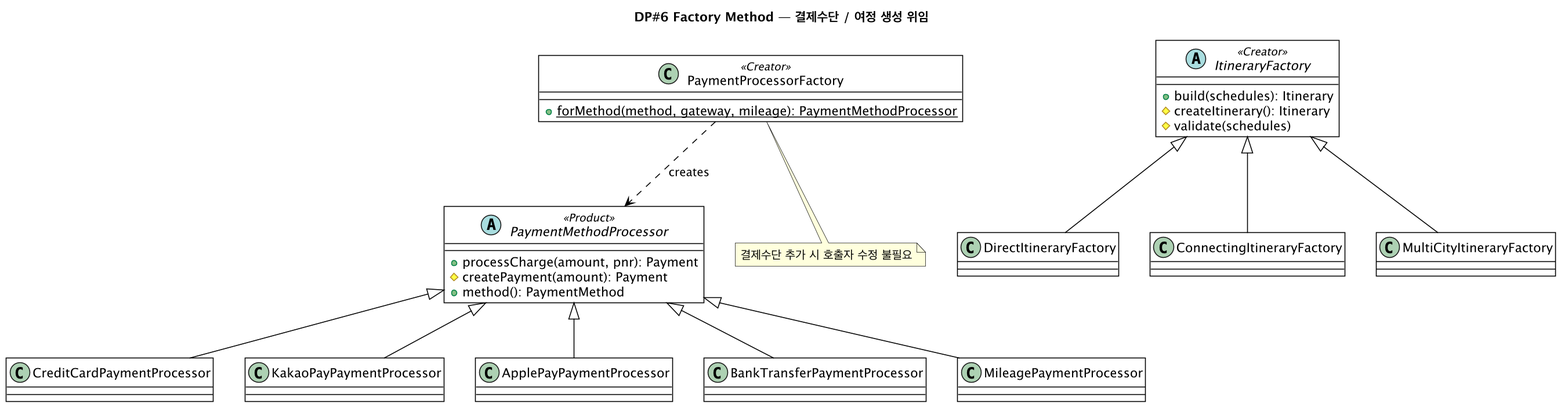
Earlier version of the PlantUML export docs/diagrams/iter4-puml/dp6-factory-method.png (gimjungwook/KoreanAirReservationDomain). Its diagram source:
```plantuml
@startuml dp6-factory-method
!include _style.puml
title DP#6 Factory Method — 결제수단 / 여정 생성 위임

abstract class PaymentMethodProcessor <<Product>> {
  +processCharge(amount, pnr): Payment
  #createPayment(amount): Payment
  +method(): PaymentMethod
}
class PaymentProcessorFactory <<Creator>> {
  +{static} forMethod(method, gateway, mileage): PaymentMethodProcessor
}
class CreditCardPaymentProcessor
class KakaoPayPaymentProcessor
class ApplePayPaymentProcessor
class BankTransferPaymentProcessor
class MileagePaymentProcessor

PaymentMethodProcessor <|-- CreditCardPaymentProcessor
PaymentMethodProcessor <|-- KakaoPayPaymentProcessor
PaymentMethodProcessor <|-- ApplePayPaymentProcessor
PaymentMethodProcessor <|-- BankTransferPaymentProcessor
PaymentMethodProcessor <|-- MileagePaymentProcessor
PaymentProcessorFactory ..> PaymentMethodProcessor : creates

abstract class ItineraryFactory <<Creator>> {
  +build(schedules): Itinerary
  #createItinerary(): Itinerary
  #validate(schedules)
}
class DirectItineraryFactory
class ConnectingItineraryFactory
class MultiCityItineraryFactory
ItineraryFactory <|-- DirectItineraryFactory
ItineraryFactory <|-- ConnectingItineraryFactory
ItineraryFactory <|-- MultiCityItineraryFactory
note bottom of PaymentProcessorFactory : 결제수단 추가 시 호출자 수정 불필요
@enduml
```
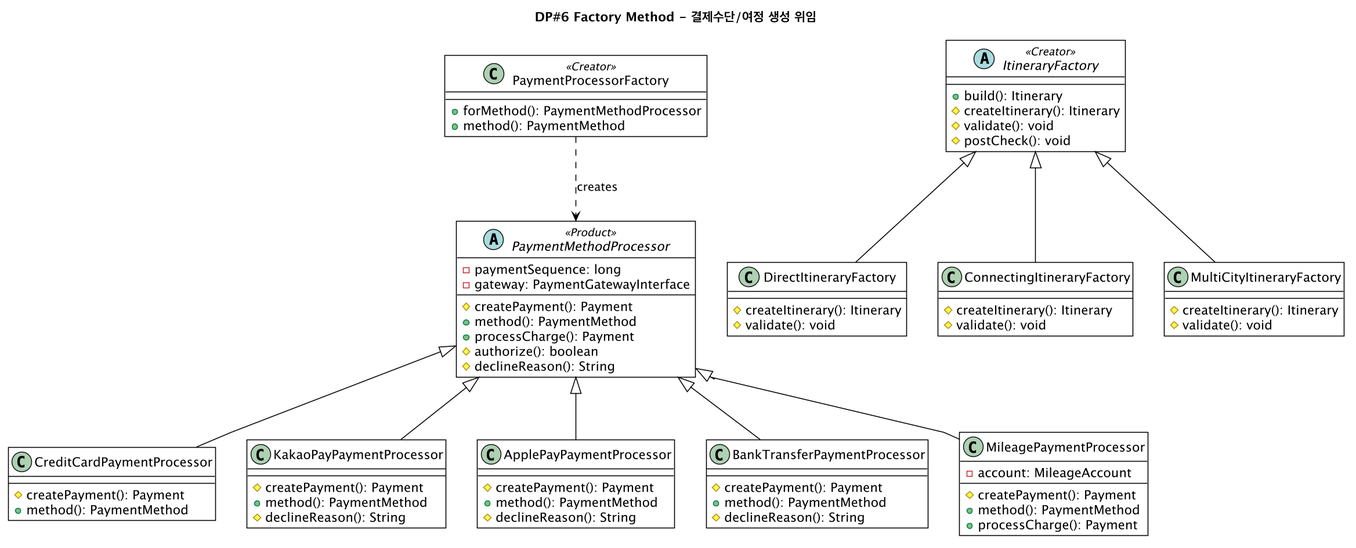
Above is the later version.

Diff of the diagram source:
```diff
@@ -1,38 +1,71 @@
 @startuml dp6-factory-method
 !include _style.puml
-title DP#6 Factory Method — 결제수단 / 여정 생성 위임
-
+title DP#6 Factory Method - 결제수단/여정 생성 위임
 abstract class PaymentMethodProcessor <<Product>> {
-  +processCharge(amount, pnr): Payment
-  #createPayment(amount): Payment
+  -paymentSequence: long
+  -gateway: PaymentGatewayInterface
+  --
+  #createPayment(): Payment
+  +method(): PaymentMethod
+  +processCharge(): Payment
+  #authorize(): boolean
+  #declineReason(): String
+}
+class PaymentProcessorFactory <<Creator>> {
+  +forMethod(): PaymentMethodProcessor
   +method(): PaymentMethod
 }
-class PaymentProcessorFactory <<Creator>> {
-  +{static} forMethod(method, gateway, mileage): PaymentMethodProcessor
+class CreditCardPaymentProcessor {
+  #createPayment(): Payment
+  +method(): PaymentMethod
 }
-class CreditCardPaymentProcessor
-class KakaoPayPaymentProcessor
-class ApplePayPaymentProcessor
-class BankTransferPaymentProcessor
-class MileagePaymentProcessor
-
+class KakaoPayPaymentProcessor {
+  #createPayment(): Payment
+  +method(): PaymentMethod
+  #declineReason(): String
+}
+class ApplePayPaymentProcessor {
+  #createPayment(): Payment
+  +method(): PaymentMethod
+  #declineReason(): String
+}
+class BankTransferPaymentProcessor {
+  #createPayment(): Payment
+  +method(): PaymentMethod
+  #declineReason(): String
+}
+class MileagePaymentProcessor {
+  -account: MileageAccount
+  --
+  #createPayment(): Payment
+  +method(): PaymentMethod
+  +processCharge(): Payment
+}
+abstract class ItineraryFactory <<Creator>> {
+  +build(): Itinerary
+  #createItinerary(): Itinerary
+  #validate(): void
+  #postCheck(): void
+}
+class DirectItineraryFactory {
+  #createItinerary(): Itinerary
+  #validate(): void
+}
+class ConnectingItineraryFactory {
+  #createItinerary(): Itinerary
+  #validate(): void
+}
+class MultiCityItineraryFactory {
+  #createItinerary(): Itinerary
+  #validate(): void
+}
 PaymentMethodProcessor <|-- CreditCardPaymentProcessor
 PaymentMethodProcessor <|-- KakaoPayPaymentProcessor
 PaymentMethodProcessor <|-- ApplePayPaymentProcessor
 PaymentMethodProcessor <|-- BankTransferPaymentProcessor
 PaymentMethodProcessor <|-- MileagePaymentProcessor
 PaymentProcessorFactory ..> PaymentMethodProcessor : creates
-
-abstract class ItineraryFactory <<Creator>> {
-  +build(schedules): Itinerary
-  #createItinerary(): Itinerary
-  #validate(schedules)
-}
-class DirectItineraryFactory
-class ConnectingItineraryFactory
-class MultiCityItineraryFactory
 ItineraryFactory <|-- DirectItineraryFactory
 ItineraryFactory <|-- ConnectingItineraryFactory
 ItineraryFactory <|-- MultiCityItineraryFactory
-note bottom of PaymentProcessorFactory : 결제수단 추가 시 호출자 수정 불필요
 @enduml
```
